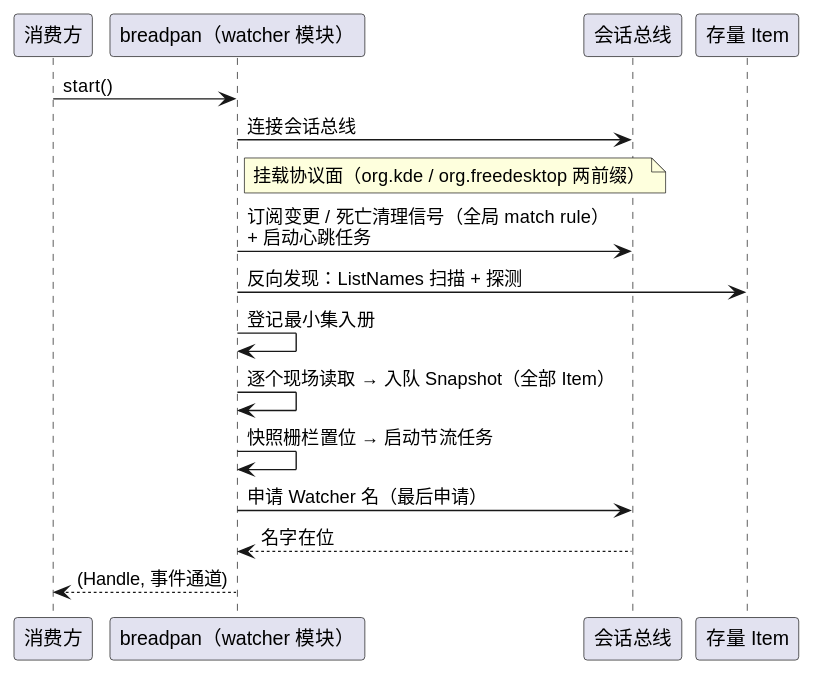
This is breadpan/diagram/breadpan-startup.svg from 54m43lJ/BreadKnife, a PlantUML export, as it was before one commit.
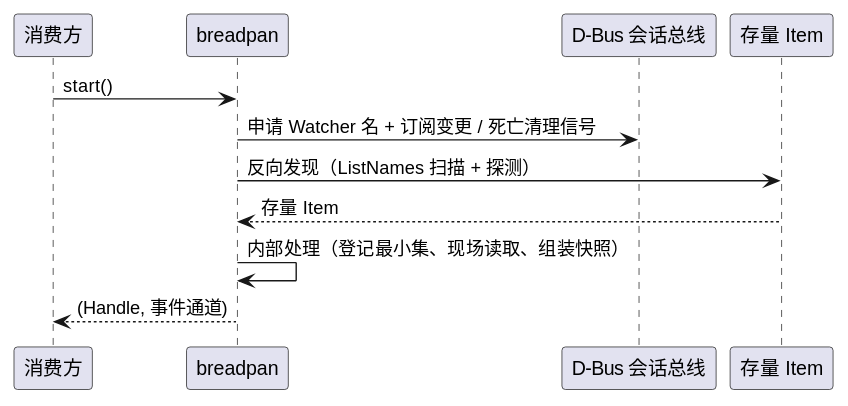
Above is the later version.

What changed in the source:
```diff
@@ -1,20 +1,13 @@
 @startuml
 participant 消费方
-participant "breadpan（watcher 模块）" as bp
-participant 会话总线
+participant breadpan
+participant "D-Bus 会话总线" as bus
 participant "存量 Item" as item
 
-消费方 -> bp: start()
-bp -> 会话总线: 连接会话总线
-note right of bp
-  挂载协议面（org.kde / org.freedesktop 两前缀）
-end note
-bp -> 会话总线: 订阅变更 / 死亡清理信号（全局 match rule）\n+ 启动心跳任务
-bp -> item: 反向发现：ListNames 扫描 + 探测
-bp -> bp: 登记最小集入册
-bp -> bp: 逐个现场读取 → 入队 Snapshot（全部 Item）
-bp -> bp: 快照栅栏置位 → 启动节流任务
-bp -> 会话总线: 申请 Watcher 名（最后申请）
-会话总线 --> bp: 名字在位
-消费方 <-- bp: (Handle, 事件通道)
+消费方 -> breadpan: start()
+breadpan -> bus: 申请 Watcher 名 + 订阅变更 / 死亡清理信号
+breadpan -> item: 反向发现（ListNames 扫描 + 探测）
+item --> breadpan: 存量 Item
+breadpan -> breadpan: 内部处理（登记最小集、现场读取、组装快照）
+breadpan --> 消费方: (Handle, 事件通道)
 @enduml
```
